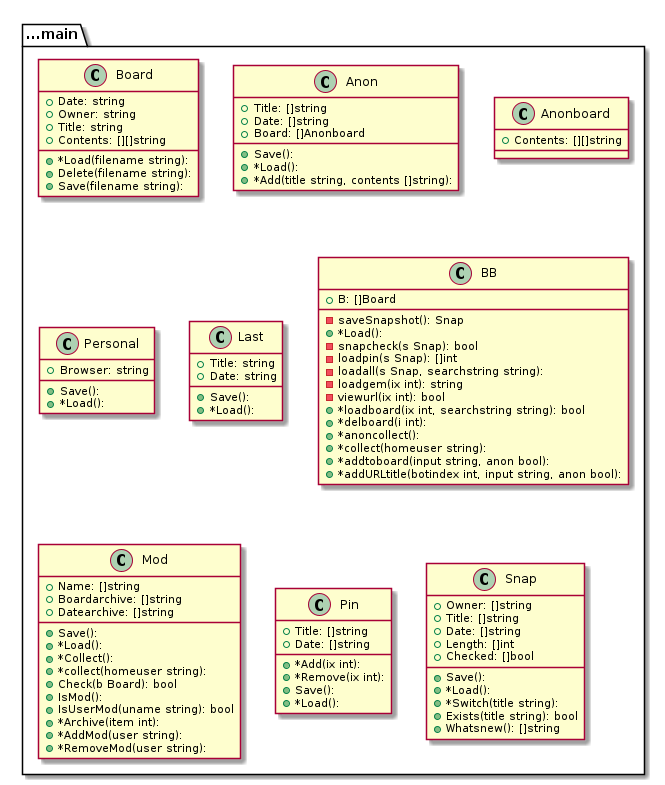
This is graph.png from tbal999/bb, a PlantUML export, as it was before one commit.
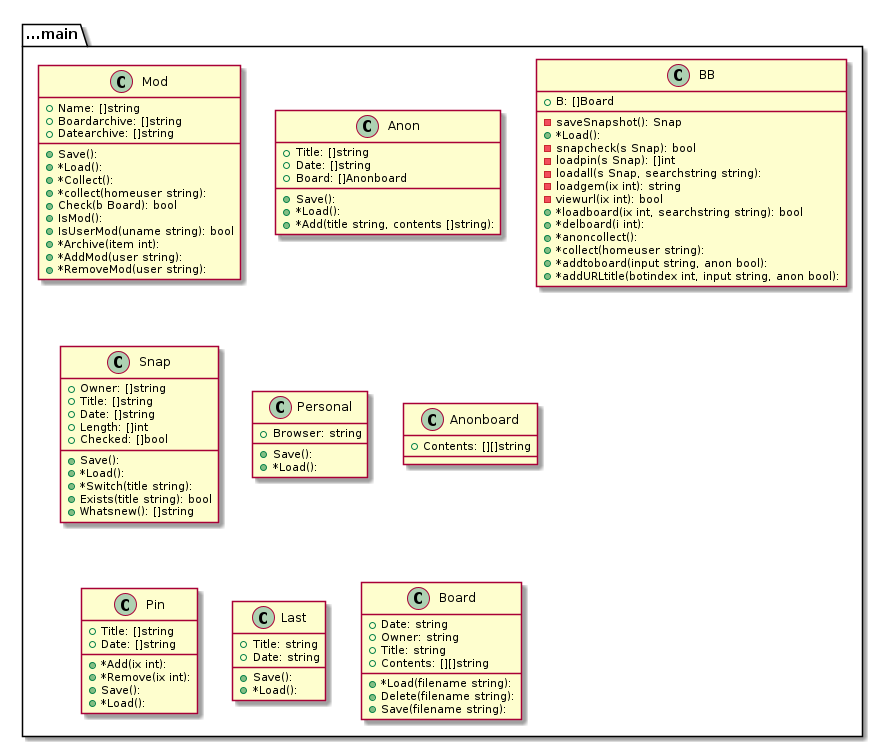
The same file after the commit.

The edit, as a diff of the source:
```diff
@@ -1,13 +1,19 @@
 @startuml
 package ...main{
-class Board {
-+Date: string
-+Owner: string
-+Title: string
-+Contents: [][]string
-+*Load(filename string):
-+Delete(filename string):
-+Save(filename string):
+class Mod {
++Name: []string
++Boardarchive: []string
++Datearchive: []string
++Save():
++*Load():
++*Collect():
++*collect(homeuser string):
++Check(b Board): bool
++IsMod():
++IsUserMod(uname string): bool
++*Archive(item int):
++*AddMod(user string):
++*RemoveMod(user string):
 }
 }
 package ...main{
@@ -18,27 +24,6 @@
 +Save():
 +*Load():
 +*Add(title string, contents []string):
-}
-}
-package ...main{
-class Anonboard {
-+Contents: [][]string
-
-}
-}
-package ...main{
-class Personal {
-+Browser: string
-+Save():
-+*Load():
-}
-}
-package ...main{
-class Last {
-+Title: string
-+Date: string
-+Save():
-+*Load():
 }
 }
 package ...main{
@@ -60,20 +45,30 @@
 }
 }
 package ...main{
-class Mod {
-+Name: []string
-+Boardarchive: []string
-+Datearchive: []string
+class Snap {
++Owner: []string
++Title: []string
++Date: []string
++Length: []int
++Checked: []bool
 +Save():
 +*Load():
-+*Collect():
-+*collect(homeuser string):
-+Check(b Board): bool
-+IsMod():
-+IsUserMod(uname string): bool
-+*Archive(item int):
-+*AddMod(user string):
-+*RemoveMod(user string):
++*Switch(title string):
++Exists(title string): bool
++Whatsnew(): []string
+}
+}
+package ...main{
+class Personal {
++Browser: string
++Save():
++*Load():
+}
+}
+package ...main{
+class Anonboard {
++Contents: [][]string
+
 }
 }
 package ...main{
@@ -87,17 +82,22 @@
 }
 }
 package ...main{
-class Snap {
-+Owner: []string
-+Title: []string
-+Date: []string
-+Length: []int
-+Checked: []bool
+class Last {
++Title: string
++Date: string
 +Save():
 +*Load():
-+*Switch(title string):
-+Exists(title string): bool
-+Whatsnew(): []string
+}
+}
+package ...main{
+class Board {
++Date: string
++Owner: string
++Title: string
++Contents: [][]string
++*Load(filename string):
++Delete(filename string):
++Save(filename string):
 }
 }
 
```
